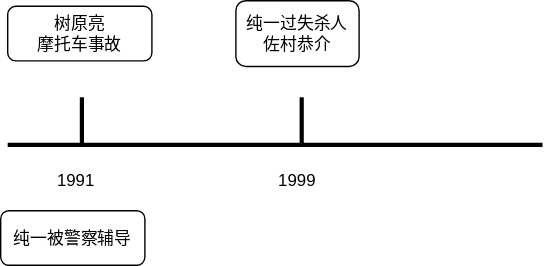
This is Untitled Diagram.drawio.svg from DiamondI/image, a draw.io export, as it was before one commit. Source tidied: cells renumbered, new cells last; positions are measured from the earlier drawing's top-left corner, leaving out a move shared by most shapes. Its diagram source:
```xml
<mxGraphModel>
  <root>
    <mxCell id="0" />
    <mxCell id="1" parent="0" />
    <mxCell id="2" style="endArrow=none;html=1;rounded=0;jumpSize=6;strokeWidth=3;" parent="1" edge="1">
      <mxGeometry relative="1" as="geometry">
        <mxPoint x="5" y="103" as="sourcePoint" />
        <mxPoint x="387" y="103" as="targetPoint" />
      </mxGeometry>
    </mxCell>
    <mxCell id="3" style="endArrow=none;html=1;rounded=0;strokeWidth=3;jumpSize=6;" parent="1" edge="1">
      <mxGeometry relative="1" as="geometry">
        <mxPoint x="58" y="102" as="sourcePoint" />
        <mxPoint x="58" y="69" as="targetPoint" />
      </mxGeometry>
    </mxCell>
    <mxCell id="4" style="endArrow=none;html=1;rounded=0;strokeWidth=3;jumpSize=6;" parent="1" edge="1">
      <mxGeometry relative="1" as="geometry">
        <mxPoint x="215" y="102" as="sourcePoint" />
        <mxPoint x="215" y="69" as="targetPoint" />
      </mxGeometry>
    </mxCell>
    <mxCell id="5" value="1991" style="text;html=1;strokeColor=none;fillColor=none;align=center;verticalAlign=middle;whiteSpace=wrap;rounded=0;" parent="1" vertex="1">
      <mxGeometry x="24" y="114" width="60" height="30" as="geometry" />
    </mxCell>
    <mxCell id="6" value="1999" style="text;html=1;strokeColor=none;fillColor=none;align=center;verticalAlign=middle;whiteSpace=wrap;rounded=0;" parent="1" vertex="1">
      <mxGeometry x="182" y="114" width="60" height="30" as="geometry" />
    </mxCell>
    <mxCell id="7" value="纯一过失杀人&lt;br&gt;佐村恭介" style="rounded=1;whiteSpace=wrap;html=1;" parent="1" vertex="1">
      <mxGeometry x="168" width="88" height="47" as="geometry" />
    </mxCell>
    <mxCell id="8" value="树原亮&lt;br&gt;摩托车事故" style="rounded=1;whiteSpace=wrap;html=1;" parent="1" vertex="1">
      <mxGeometry x="5" y="4" width="103" height="39" as="geometry" />
    </mxCell>
    <mxCell id="9" value="纯一被警察辅导" style="rounded=1;whiteSpace=wrap;html=1;" parent="1" vertex="1">
      <mxGeometry y="150" width="103" height="39" as="geometry" />
    </mxCell>
  </root>
</mxGraphModel>
```
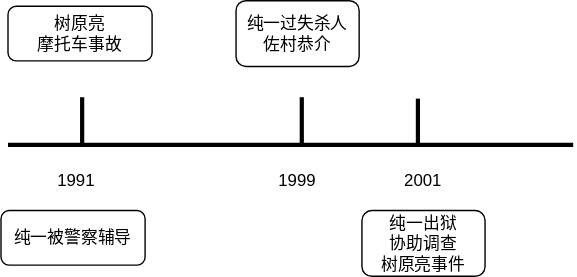
Above is the later version.

What changed in the source:
```diff
@@ -5,7 +5,7 @@
     <mxCell id="2" style="endArrow=none;html=1;rounded=0;jumpSize=6;strokeWidth=3;" parent="1" edge="1">
       <mxGeometry relative="1" as="geometry">
         <mxPoint x="5" y="103" as="sourcePoint" />
-        <mxPoint x="387" y="103" as="targetPoint" />
+        <mxPoint x="409" y="103" as="targetPoint" />
       </mxGeometry>
     </mxCell>
     <mxCell id="3" style="endArrow=none;html=1;rounded=0;strokeWidth=3;jumpSize=6;" parent="1" edge="1">
@@ -35,5 +35,17 @@
     <mxCell id="9" value="纯一被警察辅导" style="rounded=1;whiteSpace=wrap;html=1;" parent="1" vertex="1">
       <mxGeometry y="150" width="103" height="39" as="geometry" />
     </mxCell>
+    <mxCell id="10" style="endArrow=none;html=1;rounded=0;strokeWidth=3;jumpSize=6;" parent="1" edge="1">
+      <mxGeometry relative="1" as="geometry">
+        <mxPoint x="298" y="103" as="sourcePoint" />
+        <mxPoint x="298" y="70" as="targetPoint" />
+      </mxGeometry>
+    </mxCell>
+    <mxCell id="11" value="2001" style="text;html=1;strokeColor=none;fillColor=none;align=center;verticalAlign=middle;whiteSpace=wrap;rounded=0;" parent="1" vertex="1">
+      <mxGeometry x="272" y="114" width="60" height="30" as="geometry" />
+    </mxCell>
+    <mxCell id="12" value="纯一出狱&lt;br&gt;协助调查&lt;br&gt;树原亮事件" style="rounded=1;whiteSpace=wrap;html=1;" parent="1" vertex="1">
+      <mxGeometry x="258" y="150" width="88" height="47" as="geometry" />
+    </mxCell>
   </root>
 </mxGraphModel>
```
